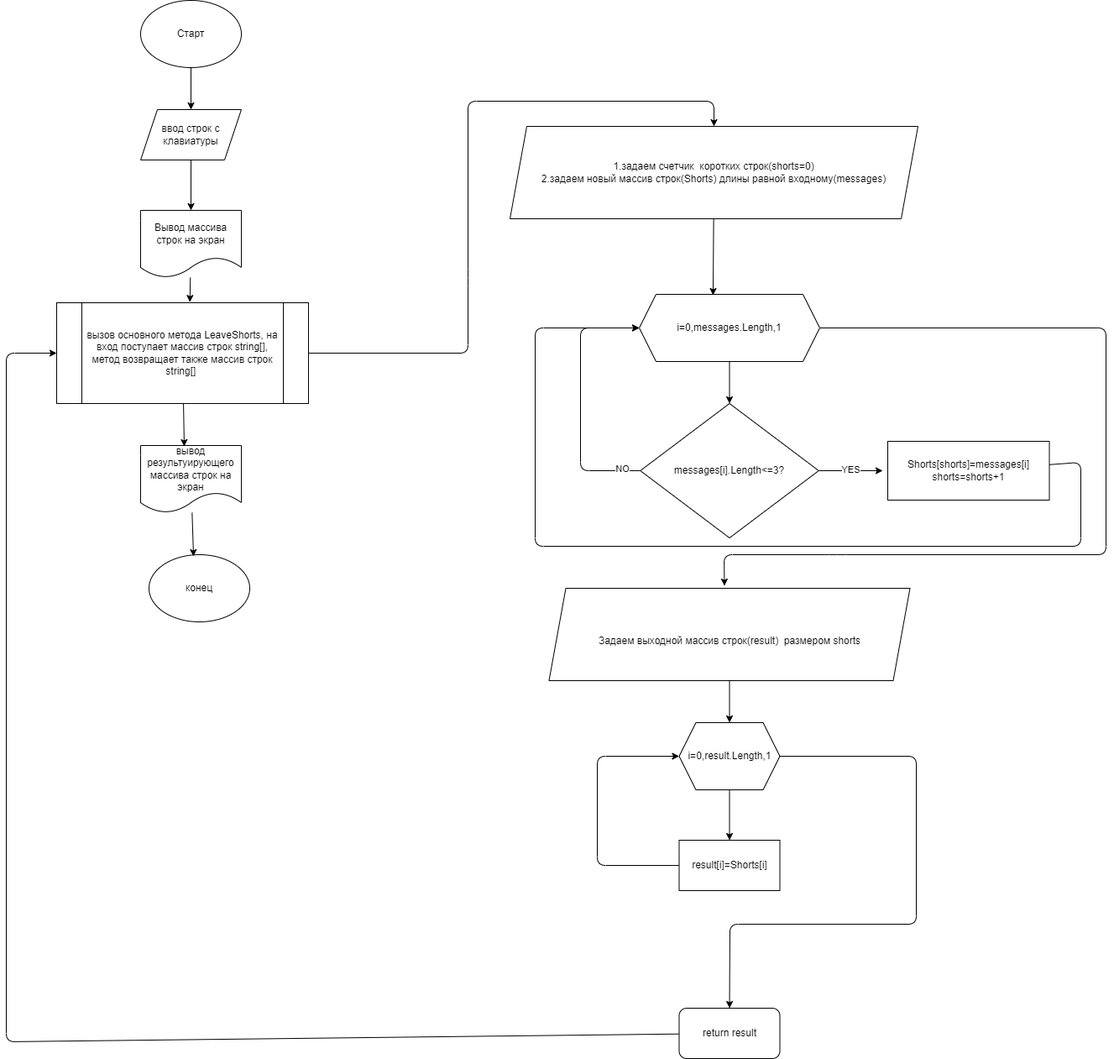
This is FinalWork.drawio.png from Pavel-P-Malyshev/6.Final-Work, a draw.io export, as it was before one commit. Source tidied: cells renumbered, new cells last; positions are measured from the earlier drawing's top-left corner, leaving out a move shared by most shapes.
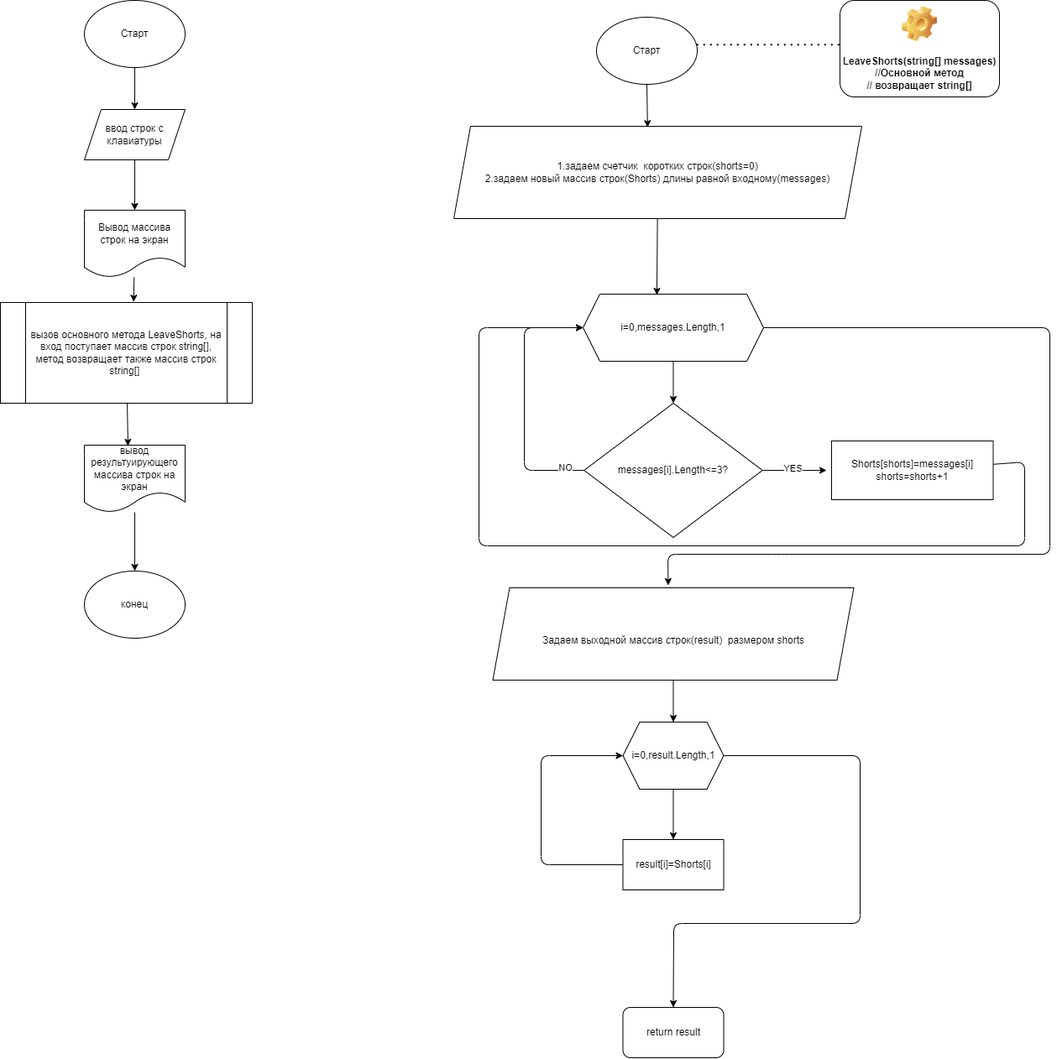
Above is the later version.

Change to the diagram source:
```diff
@@ -21,24 +21,14 @@
       <mxGeometry x="160" y="250" width="120" height="80" as="geometry" />
     </mxCell>
     <mxCell id="8" value="конец" style="ellipse;whiteSpace=wrap;html=1;" parent="1" vertex="1">
-      <mxGeometry x="170" y="660" width="120" height="80" as="geometry" />
+      <mxGeometry x="160" y="680" width="120" height="80" as="geometry" />
     </mxCell>
-    <mxCell id="9" style="edgeStyle=none;html=1;entryX=0.442;entryY=0.025;entryDx=0;entryDy=0;entryPerimeter=0;fontSize=12;" parent="1" edge="1" source="10" target="8">
+    <mxCell id="9" style="edgeStyle=none;html=1;fontSize=12;" parent="1" edge="1" source="10" target="8">
       <mxGeometry relative="1" as="geometry" />
     </mxCell>
     <mxCell id="10" value="вывод результуирующего массива строк на экран" style="shape=document;whiteSpace=wrap;html=1;boundedLbl=1;" parent="1" vertex="1">
       <mxGeometry x="160" y="530" width="120" height="80" as="geometry" />
     </mxCell>
-    <mxCell id="11" style="edgeStyle=none;html=1;entryX=0.5;entryY=0;entryDx=0;entryDy=0;fontSize=12;exitX=1;exitY=0.5;exitDx=0;exitDy=0;" parent="1" edge="1" source="13" target="15">
-      <mxGeometry relative="1" as="geometry">
-        <Array as="points">
-          <mxPoint x="550" y="420" />
-          <mxPoint x="550" y="330" />
-          <mxPoint x="550" y="120" />
-          <mxPoint x="843" y="120" />
-        </Array>
-      </mxGeometry>
-    </mxCell>
     <mxCell id="12" style="edgeStyle=none;html=1;entryX=0.433;entryY=0.013;entryDx=0;entryDy=0;entryPerimeter=0;fontSize=12;" parent="1" edge="1" source="13" target="10">
       <mxGeometry relative="1" as="geometry" />
     </mxCell>
@@ -136,17 +126,20 @@
     <mxCell id="32" value="result[i]=Shorts[i]" style="rounded=0;whiteSpace=wrap;html=1;fontSize=12;" parent="1" vertex="1">
       <mxGeometry x="801.5" y="1000" width="120" height="60" as="geometry" />
     </mxCell>
-    <mxCell id="33" style="edgeStyle=none;html=1;fontSize=12;" parent="1" edge="1" source="34">
-      <mxGeometry relative="1" as="geometry">
-        <mxPoint x="60" y="420" as="targetPoint" />
-        <Array as="points">
-          <mxPoint y="1240" />
-          <mxPoint y="420" />
-        </Array>
-      </mxGeometry>
-    </mxCell>
     <mxCell id="34" value="return result" style="rounded=1;whiteSpace=wrap;html=1;fontSize=12;" parent="1" vertex="1">
       <mxGeometry x="801.5" y="1200" width="120" height="60" as="geometry" />
     </mxCell>
+    <mxCell id="35" value="LeaveShorts(string[] messages)&lt;br&gt;//Основной метод&lt;br&gt;// возвращает string[]" style="label;whiteSpace=wrap;html=1;align=center;verticalAlign=bottom;spacingLeft=0;spacingBottom=4;imageAlign=center;imageVerticalAlign=top;image=img/clipart/Gear_128x128.png;fontSize=12;" parent="1" vertex="1">
+      <mxGeometry x="1060" width="190" height="115" as="geometry" />
+    </mxCell>
+    <mxCell id="36" style="edgeStyle=none;html=1;entryX=0.475;entryY=0.011;entryDx=0;entryDy=0;entryPerimeter=0;fontSize=12;" parent="1" edge="1" source="37" target="15">
+      <mxGeometry relative="1" as="geometry" />
+    </mxCell>
+    <mxCell id="37" value="Старт" style="ellipse;whiteSpace=wrap;html=1;fontSize=12;" parent="1" vertex="1">
+      <mxGeometry x="770" y="20" width="120" height="80" as="geometry" />
+    </mxCell>
+    <mxCell id="38" style="endArrow=none;dashed=1;html=1;dashPattern=1 3;strokeWidth=2;fontSize=12;exitX=0.994;exitY=0.41;exitDx=0;exitDy=0;exitPerimeter=0;entryX=0;entryY=0.459;entryDx=0;entryDy=0;entryPerimeter=0;" parent="1" edge="1" source="37" target="35">
+      <mxGeometry relative="1" as="geometry" />
+    </mxCell>
   </root>
 </mxGraphModel>
```
